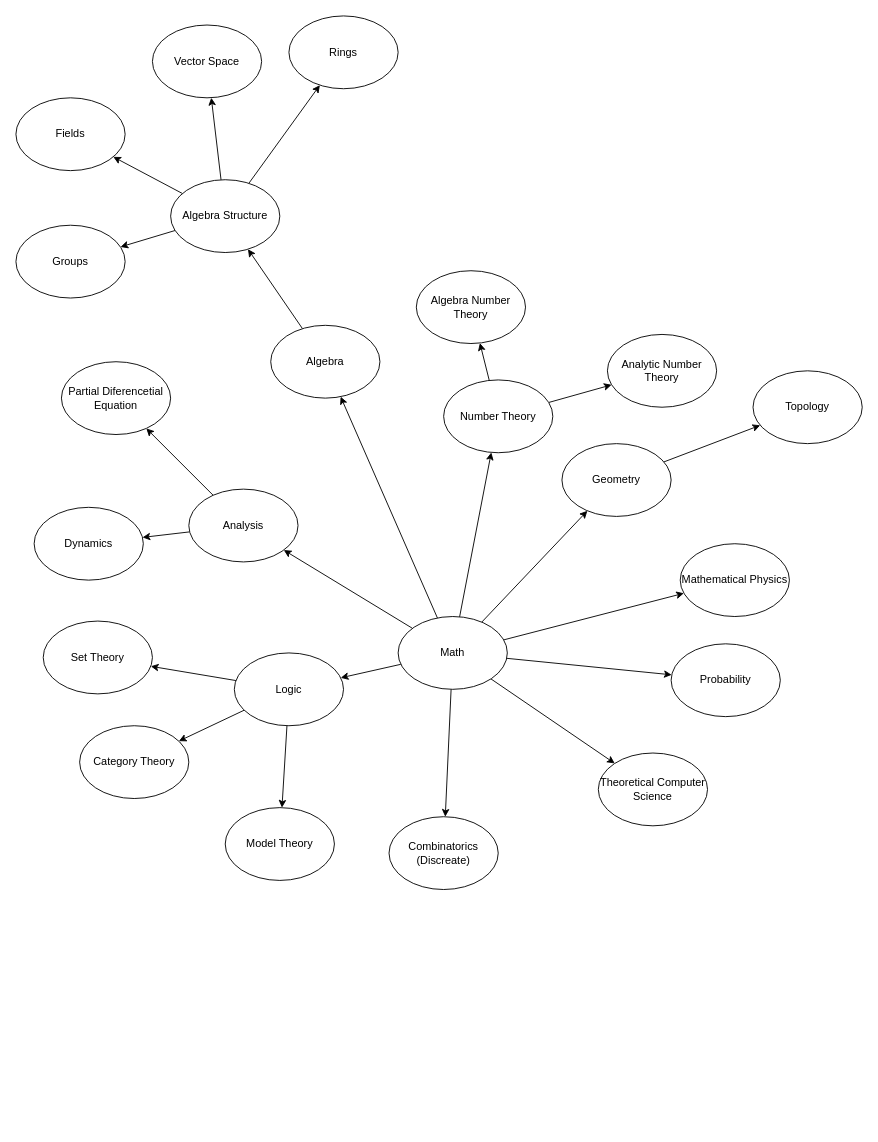
chavp/data-modeling keeps this draw.io diagram as math.drawio. Above is the earlier version. Source tidied: cells renumbered, new cells numbered last; positions are measured from the earlier drawing's top-left corner, leaving out a move shared by most shapes. Both pictures are drawn from the tidied source at 91%, with x=0, y=0 at pixel (15, 15).
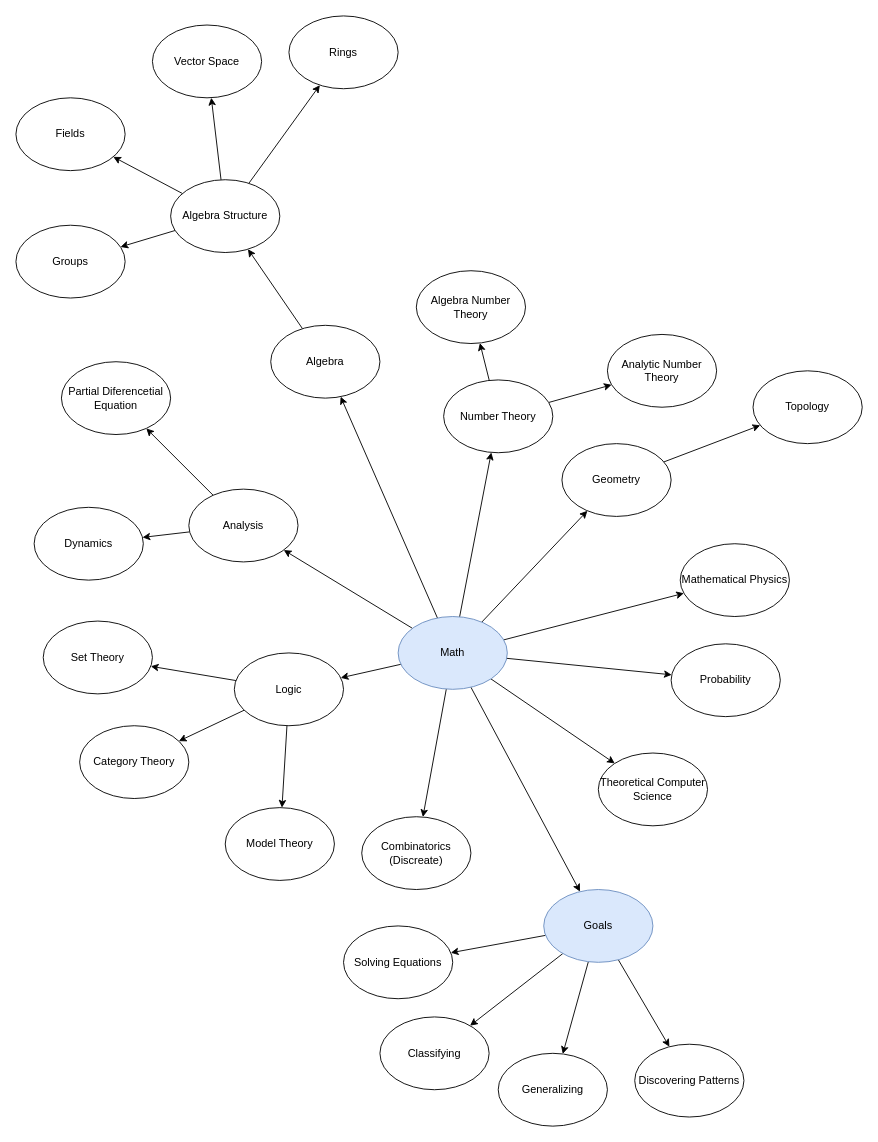
The same page after the edit.

Change to the diagram source:
```diff
@@
+    <mxCell id="47" style="edgeStyle=none;rounded=0;jettySize=auto;html=1;" parent="1" edge="1" source="11" target="52">
+      <mxGeometry relative="1" as="geometry" />
+    </mxCell>
-    <mxCell id="11" value="Math" style="ellipse;whiteSpace=wrap;html=1;" parent="1" vertex="1">
+    <mxCell id="11" value="Math" style="ellipse;whiteSpace=wrap;html=1;fillColor=#dae8fc;strokeColor=#6c8ebf;" parent="1" vertex="1">
       <mxGeometry x="420" y="660" width="120" height="80" as="geometry" />
     </mxCell>
@@
     <mxCell id="34" value="Combinatorics&lt;br&gt;(Discreate)" style="ellipse;whiteSpace=wrap;html=1;" parent="1" vertex="1">
-      <mxGeometry x="410" y="880" width="120" height="80" as="geometry" />
+      <mxGeometry x="380" y="880" width="120" height="80" as="geometry" />
     </mxCell>
@@
+    <mxCell id="48" style="edgeStyle=none;rounded=0;jettySize=auto;html=1;" parent="1" edge="1" source="52" target="53">
+      <mxGeometry relative="1" as="geometry" />
+    </mxCell>
+    <mxCell id="49" style="edgeStyle=none;rounded=0;jettySize=auto;html=1;" parent="1" edge="1" source="52" target="54">
+      <mxGeometry relative="1" as="geometry" />
+    </mxCell>
+    <mxCell id="50" style="edgeStyle=none;rounded=0;jettySize=auto;html=1;" parent="1" edge="1" source="52" target="55">
+      <mxGeometry relative="1" as="geometry" />
+    </mxCell>
+    <mxCell id="51" style="edgeStyle=none;rounded=0;jettySize=auto;html=1;" parent="1" edge="1" source="52" target="56">
+      <mxGeometry relative="1" as="geometry" />
+    </mxCell>
+    <mxCell id="52" value="Goals" style="ellipse;whiteSpace=wrap;html=1;fillColor=#dae8fc;strokeColor=#6c8ebf;" parent="1" vertex="1">
+      <mxGeometry x="580" y="960" width="120" height="80" as="geometry" />
+    </mxCell>
+    <mxCell id="53" value="Solving Equations" style="ellipse;whiteSpace=wrap;html=1;" parent="1" vertex="1">
+      <mxGeometry x="360" y="1000" width="120" height="80" as="geometry" />
+    </mxCell>
+    <mxCell id="54" value="Classifying" style="ellipse;whiteSpace=wrap;html=1;" parent="1" vertex="1">
+      <mxGeometry x="400" y="1100" width="120" height="80" as="geometry" />
+    </mxCell>
+    <mxCell id="55" value="Generalizing" style="ellipse;whiteSpace=wrap;html=1;" parent="1" vertex="1">
+      <mxGeometry x="530" y="1140" width="120" height="80" as="geometry" />
+    </mxCell>
+    <mxCell id="56" value="Discovering Patterns" style="ellipse;whiteSpace=wrap;html=1;" parent="1" vertex="1">
+      <mxGeometry x="680" y="1130" width="120" height="80" as="geometry" />
+    </mxCell>
```
